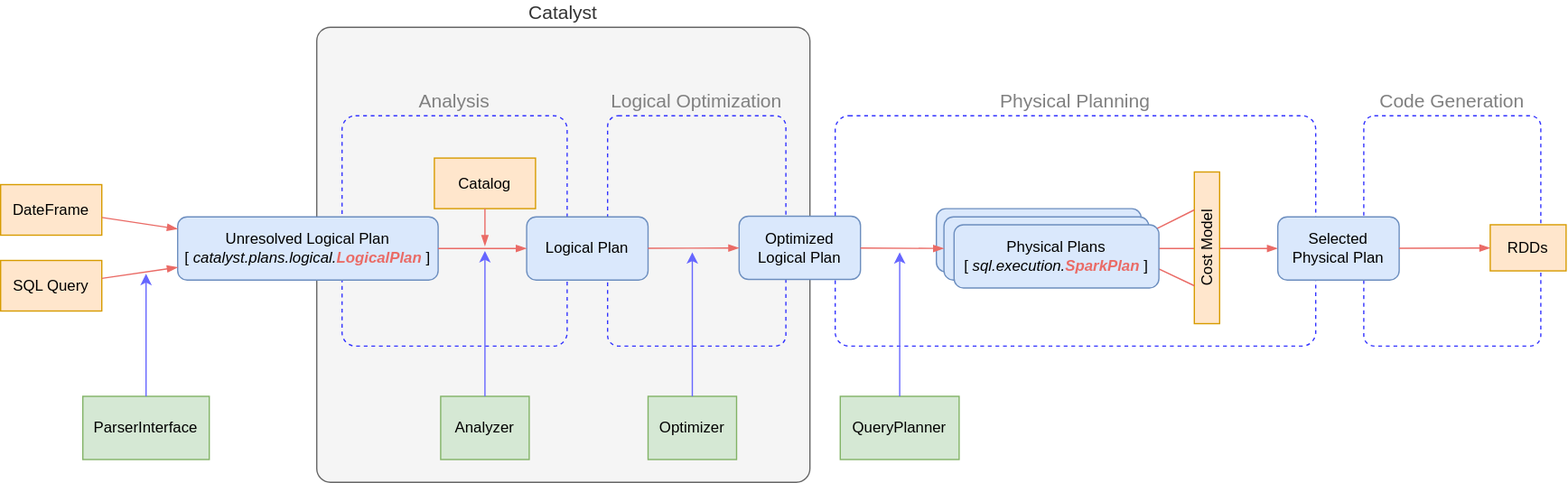
Above: images/spark/sql-catalyst-workflow.svg in jtLiBrain/jtLiBrain.github.io (draw.io), before the change. Source tidied: cells renumbered, new cells last; positions are measured from the earlier drawing's top-left corner, leaving out a move shared by most shapes. Source of this version:
```xml
<mxGraphModel background="#ffffff">
  <root>
    <mxCell id="0" />
    <mxCell id="1" parent="0" />
    <mxCell id="2" value="Catalyst" style="rounded=1;whiteSpace=wrap;html=1;strokeColor=#666666;fontSize=15;fontColor=#333333;arcSize=3;fillColor=#f5f5f5;labelPosition=center;verticalLabelPosition=top;align=center;verticalAlign=bottom;" parent="1" vertex="1">
      <mxGeometry x="250" width="390" height="360" as="geometry" />
    </mxCell>
    <mxCell id="3" value="&lt;span style=&quot;color: rgb(128 , 128 , 128) ; font-size: 15px&quot;&gt;Code Generation&lt;/span&gt;" style="rounded=1;whiteSpace=wrap;html=1;fillColor=none;dashed=1;arcSize=6;strokeColor=#3333FF;labelPosition=center;verticalLabelPosition=top;align=center;verticalAlign=bottom;" parent="1" vertex="1">
      <mxGeometry x="1078" y="70" width="140" height="182.2" as="geometry" />
    </mxCell>
    <mxCell id="4" value="&lt;span style=&quot;color: rgb(128 , 128 , 128) ; font-size: 15px&quot;&gt;Physical Planning&lt;/span&gt;" style="rounded=1;whiteSpace=wrap;html=1;fillColor=none;dashed=1;arcSize=6;strokeColor=#3333FF;labelPosition=center;verticalLabelPosition=top;align=center;verticalAlign=bottom;" parent="1" vertex="1">
      <mxGeometry x="660" y="70" width="380" height="182.2" as="geometry" />
    </mxCell>
    <mxCell id="5" value="&lt;span style=&quot;color: rgb(128 , 128 , 128) ; font-size: 15px&quot;&gt;Logical Optimization&lt;/span&gt;" style="rounded=1;whiteSpace=wrap;html=1;fillColor=none;dashed=1;arcSize=6;strokeColor=#3333FF;labelPosition=center;verticalLabelPosition=top;align=center;verticalAlign=bottom;" parent="1" vertex="1">
      <mxGeometry x="480" y="70" width="141" height="182.2" as="geometry" />
    </mxCell>
    <mxCell id="6" value="&lt;span style=&quot;color: rgb(128 , 128 , 128) ; font-size: 15px&quot;&gt;Analysis&lt;/span&gt;" style="rounded=1;whiteSpace=wrap;html=1;fillColor=none;dashed=1;arcSize=6;strokeColor=#3333FF;labelPosition=center;verticalLabelPosition=top;align=center;verticalAlign=bottom;" parent="1" vertex="1">
      <mxGeometry x="270" y="70" width="178" height="182.2" as="geometry" />
    </mxCell>
    <mxCell id="7" style="endArrow=blockThin;html=1;endFill=1;strokeColor=#EA6B66;" parent="1" edge="1" source="14" target="16">
      <mxGeometry relative="1" as="geometry" />
    </mxCell>
    <mxCell id="8" value="SQL Query" style="rounded=0;whiteSpace=wrap;html=1;fillColor=#ffe6cc;strokeColor=#d79b00;" parent="1" vertex="1">
      <mxGeometry y="184.5" width="80" height="40" as="geometry" />
    </mxCell>
    <mxCell id="9" value="DateFrame" style="rounded=0;whiteSpace=wrap;html=1;fillColor=#ffe6cc;strokeColor=#d79b00;" parent="1" vertex="1">
      <mxGeometry y="124.5" width="80" height="40" as="geometry" />
    </mxCell>
    <mxCell id="10" value="Unresolved Logical Plan&lt;br&gt;[&amp;nbsp;&lt;i style=&quot;color: rgb(0 , 0 , 0)&quot;&gt;catalyst.plans.logical.&lt;b&gt;&lt;font color=&quot;#ea6b66&quot;&gt;LogicalPlan&amp;nbsp;&lt;/font&gt;&lt;/b&gt;&lt;/i&gt;]" style="rounded=1;whiteSpace=wrap;html=1;fillColor=#dae8fc;strokeColor=#6c8ebf;" parent="1" vertex="1">
      <mxGeometry x="140" y="150" width="206" height="50" as="geometry" />
    </mxCell>
    <mxCell id="11" value="&lt;span&gt;Logical Plan&lt;/span&gt;" style="rounded=1;whiteSpace=wrap;html=1;fillColor=#dae8fc;strokeColor=#6c8ebf;" parent="1" vertex="1">
      <mxGeometry x="416" y="150" width="96" height="50" as="geometry" />
    </mxCell>
    <mxCell id="12" value="Optimized Logical Plan" style="rounded=1;whiteSpace=wrap;html=1;fillColor=#dae8fc;strokeColor=#6c8ebf;" parent="1" vertex="1">
      <mxGeometry x="584" y="149.5" width="96" height="50" as="geometry" />
    </mxCell>
    <mxCell id="13" style="rounded=1;whiteSpace=wrap;html=1;fillColor=#dae8fc;strokeColor=#6c8ebf;" parent="1" vertex="1">
      <mxGeometry x="740" y="143.5" width="162" height="50" as="geometry" />
    </mxCell>
    <mxCell id="14" style="rounded=1;whiteSpace=wrap;html=1;fillColor=#dae8fc;strokeColor=#6c8ebf;" parent="1" vertex="1">
      <mxGeometry x="746" y="150" width="162" height="50" as="geometry" />
    </mxCell>
    <mxCell id="15" value="Cost Model" style="rounded=0;whiteSpace=wrap;html=1;rotation=-90;fillColor=#ffe6cc;strokeColor=#d79b00;" parent="1" vertex="1">
      <mxGeometry x="894" y="164.5" width="120" height="20" as="geometry" />
    </mxCell>
    <mxCell id="16" value="Selected Physical Plan" style="rounded=1;whiteSpace=wrap;html=1;fillColor=#dae8fc;strokeColor=#6c8ebf;" parent="1" vertex="1">
      <mxGeometry x="1010" y="150" width="96" height="50" as="geometry" />
    </mxCell>
    <mxCell id="17" value="RDDs" style="rounded=0;whiteSpace=wrap;html=1;fillColor=#ffe6cc;strokeColor=#d79b00;" parent="1" vertex="1">
      <mxGeometry x="1178" y="156.2" width="60" height="36.5" as="geometry" />
    </mxCell>
    <mxCell id="18" value="ParserInterface" style="rounded=0;whiteSpace=wrap;html=1;fillColor=#d5e8d4;strokeColor=#82b366;" parent="1" vertex="1">
      <mxGeometry x="65" y="292" width="100" height="50" as="geometry" />
    </mxCell>
    <mxCell id="19" value="Analyzer" style="rounded=0;whiteSpace=wrap;html=1;fillColor=#d5e8d4;strokeColor=#82b366;" parent="1" vertex="1">
      <mxGeometry x="348" y="292" width="70" height="50" as="geometry" />
    </mxCell>
    <mxCell id="20" value="Optimizer" style="rounded=0;whiteSpace=wrap;html=1;fillColor=#d5e8d4;strokeColor=#82b366;" parent="1" vertex="1">
      <mxGeometry x="512" y="292" width="70" height="50" as="geometry" />
    </mxCell>
    <mxCell id="21" value="QueryPlanner" style="rounded=0;whiteSpace=wrap;html=1;fillColor=#d5e8d4;strokeColor=#82b366;" parent="1" vertex="1">
      <mxGeometry x="664" y="292" width="94" height="50" as="geometry" />
    </mxCell>
    <mxCell id="22" style="endArrow=blockThin;html=1;endFill=1;fillColor=#f8cecc;strokeColor=#EA6B66;" parent="1" edge="1" source="8" target="10">
      <mxGeometry relative="1" as="geometry" />
    </mxCell>
    <mxCell id="23" style="endArrow=blockThin;html=1;endFill=1;fillColor=#f8cecc;strokeColor=#EA6B66;" parent="1" edge="1" source="9" target="10">
      <mxGeometry relative="1" as="geometry" />
    </mxCell>
    <mxCell id="24" style="endArrow=blockThin;html=1;endFill=1;fillColor=#f8cecc;strokeColor=#EA6B66;" parent="1" edge="1" source="10" target="11">
      <mxGeometry relative="1" as="geometry" />
    </mxCell>
    <mxCell id="25" style="endArrow=blockThin;html=1;endFill=1;fillColor=#f8cecc;strokeColor=#EA6B66;" parent="1" edge="1" source="11" target="12">
      <mxGeometry relative="1" as="geometry" />
    </mxCell>
    <mxCell id="26" style="endArrow=blockThin;html=1;endFill=1;entryX=0;entryY=0.5;entryDx=0;entryDy=0;fillColor=#f8cecc;strokeColor=#EA6B66;" parent="1" edge="1" source="12" target="14">
      <mxGeometry relative="1" as="geometry" />
    </mxCell>
    <mxCell id="27" value="Catalog" style="rounded=0;whiteSpace=wrap;html=1;fillColor=#ffe6cc;strokeColor=#d79b00;" parent="1" vertex="1">
      <mxGeometry x="343" y="103.5" width="80" height="40" as="geometry" />
    </mxCell>
    <mxCell id="28" style="endArrow=blockThin;html=1;endFill=1;fillColor=#f8cecc;strokeColor=#EA6B66;" parent="1" edge="1" source="16" target="17">
      <mxGeometry relative="1" as="geometry" />
    </mxCell>
    <mxCell id="29" style="endArrow=none;html=1;entryX=0.75;entryY=0;entryDx=0;entryDy=0;exitX=1;exitY=0.25;exitDx=0;exitDy=0;fillColor=#f8cecc;strokeColor=#EA6B66;" parent="1" edge="1" source="14" target="15">
      <mxGeometry relative="1" as="geometry" />
    </mxCell>
    <mxCell id="30" style="endArrow=none;html=1;entryX=0.25;entryY=0;entryDx=0;entryDy=0;exitX=1;exitY=0.75;exitDx=0;exitDy=0;fillColor=#f8cecc;strokeColor=#EA6B66;" parent="1" edge="1" source="14" target="15">
      <mxGeometry relative="1" as="geometry" />
    </mxCell>
    <mxCell id="31" style="endArrow=blockThin;html=1;endFill=1;fillColor=#f8cecc;strokeColor=#EA6B66;" parent="1" edge="1" source="27">
      <mxGeometry relative="1" as="geometry">
        <mxPoint x="383" y="173" as="targetPoint" />
      </mxGeometry>
    </mxCell>
    <mxCell id="32" style="endArrow=classic;html=1;strokeColor=#6666FF;" parent="1" edge="1" source="21">
      <mxGeometry relative="1" as="geometry">
        <mxPoint x="711" y="178" as="targetPoint" />
      </mxGeometry>
    </mxCell>
    <mxCell id="33" style="endArrow=classic;html=1;strokeColor=#6666FF;" parent="1" edge="1" source="20">
      <mxGeometry relative="1" as="geometry">
        <mxPoint x="547" y="178" as="targetPoint" />
      </mxGeometry>
    </mxCell>
    <mxCell id="34" style="endArrow=classic;html=1;strokeColor=#6666FF;" parent="1" edge="1" source="19">
      <mxGeometry relative="1" as="geometry">
        <mxPoint x="383" y="177" as="targetPoint" />
      </mxGeometry>
    </mxCell>
    <mxCell id="35" style="endArrow=classic;html=1;strokeColor=#6666FF;" parent="1" edge="1" source="18">
      <mxGeometry relative="1" as="geometry">
        <mxPoint x="115" y="195" as="targetPoint" />
      </mxGeometry>
    </mxCell>
    <mxCell id="36" value="Physical Plans&lt;br&gt;[&amp;nbsp;&lt;i style=&quot;color: rgb(0 , 0 , 0)&quot;&gt;sql.execution.&lt;b&gt;&lt;font color=&quot;#ea6b66&quot;&gt;SparkPlan&amp;nbsp;&lt;/font&gt;&lt;/b&gt;&lt;/i&gt;]" style="rounded=1;whiteSpace=wrap;html=1;fillColor=#dae8fc;strokeColor=#6c8ebf;" parent="1" vertex="1">
      <mxGeometry x="754" y="156.2" width="162" height="50" as="geometry" />
    </mxCell>
  </root>
</mxGraphModel>
```
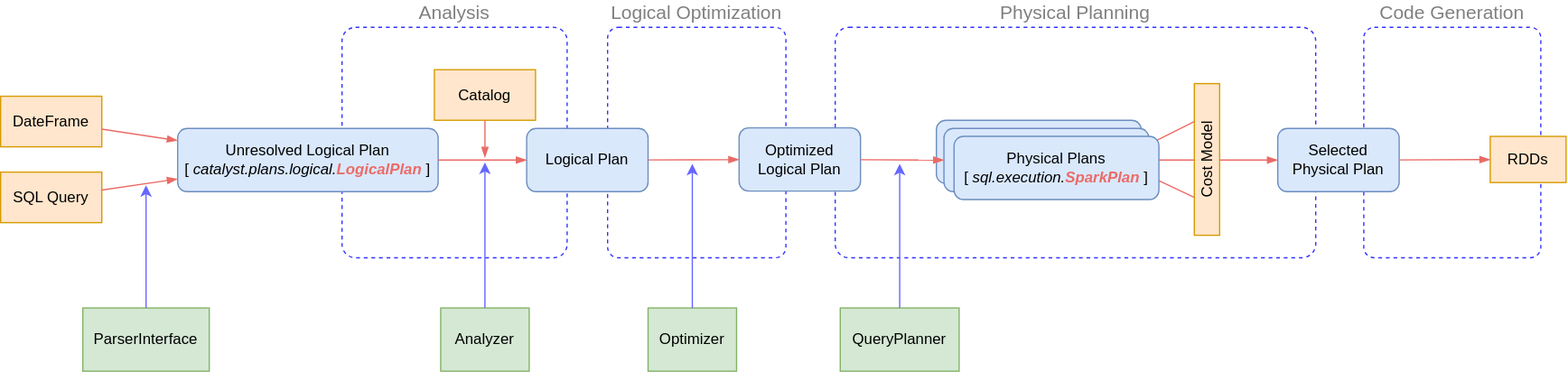
After the change.

Diff of the diagram source:
```diff
@@ -2,9 +2,6 @@
   <root>
     <mxCell id="0" />
     <mxCell id="1" parent="0" />
-    <mxCell id="2" value="Catalyst" style="rounded=1;whiteSpace=wrap;html=1;strokeColor=#666666;fontSize=15;fontColor=#333333;arcSize=3;fillColor=#f5f5f5;labelPosition=center;verticalLabelPosition=top;align=center;verticalAlign=bottom;" parent="1" vertex="1">
-      <mxGeometry x="250" width="390" height="360" as="geometry" />
-    </mxCell>
     <mxCell id="3" value="&lt;span style=&quot;color: rgb(128 , 128 , 128) ; font-size: 15px&quot;&gt;Code Generation&lt;/span&gt;" style="rounded=1;whiteSpace=wrap;html=1;fillColor=none;dashed=1;arcSize=6;strokeColor=#3333FF;labelPosition=center;verticalLabelPosition=top;align=center;verticalAlign=bottom;" parent="1" vertex="1">
       <mxGeometry x="1078" y="70" width="140" height="182.2" as="geometry" />
     </mxCell>
```
